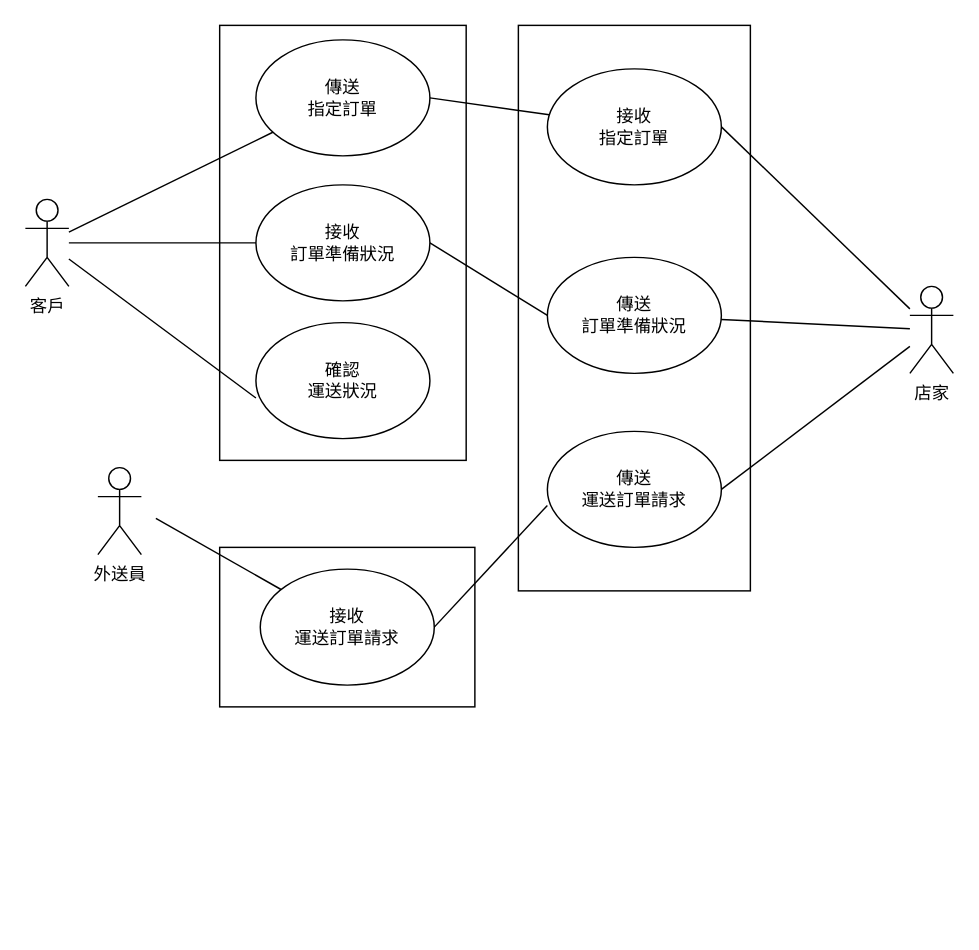
This is 使用案例圖.drawio from phoebe6226/112-2finalproject, a draw.io file, before an edit. Source tidied: cells renumbered, new cells numbered last; positions are measured from the earlier drawing's top-left corner, leaving out a move shared by most shapes. Both pictures are drawn from the tidied source at 145%, with x=0, y=0 at pixel (25, 25).
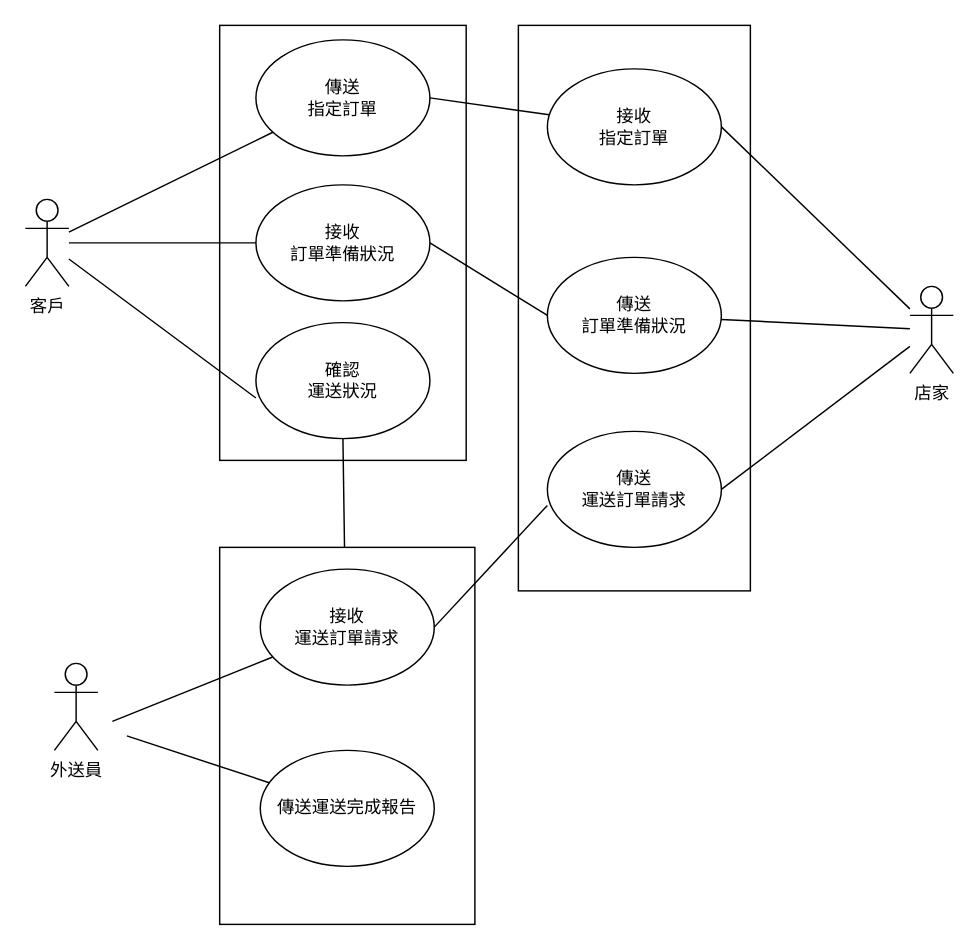
Above is the later version.

Commit message (it also covers changes not shown here):
240623 1847 存檔 初步類別圖 完成

Unchanged cells that the change refers to:
```xml
<mxCell id="20" value="接收&lt;br&gt;運送訂單請求" style="ellipse;whiteSpace=wrap;html=1;" parent="1" vertex="1">
  <mxGeometry x="162" y="375" width="120" height="80" as="geometry" />
</mxCell>
<mxCell id="24" value="確認&lt;br&gt;運送狀況" style="ellipse;whiteSpace=wrap;html=1;" parent="1" vertex="1">
  <mxGeometry x="159" y="205" width="120" height="80" as="geometry" />
</mxCell>
```

Diff of the diagram source:
```diff
@@
     <mxCell id="19" style="rounded=0;whiteSpace=wrap;html=1;" parent="1" vertex="1">
-      <mxGeometry x="134" y="360" width="176" height="110" as="geometry" />
+      <mxGeometry x="134" y="360" width="176" height="260" as="geometry" />
     </mxCell>
@@
     <mxCell id="21" value="外送員" style="shape=umlActor;verticalLabelPosition=bottom;verticalAlign=top;html=1;" parent="1" vertex="1">
-      <mxGeometry x="50" y="305" width="30" height="60" as="geometry" />
+      <mxGeometry x="20" y="440" width="30" height="60" as="geometry" />
     </mxCell>
     <mxCell id="22" style="endArrow=none;html=1;" parent="1" edge="1" source="20">
       <mxGeometry relative="1" as="geometry">
-        <mxPoint x="90" y="340" as="targetPoint" />
+        <mxPoint x="60" y="480" as="targetPoint" />
       </mxGeometry>
     </mxCell>
@@
+    <mxCell id="26" value="傳送運送完成報告" style="ellipse;whiteSpace=wrap;html=1;" parent="1" vertex="1">
+      <mxGeometry x="162" y="500" width="120" height="80" as="geometry" />
+    </mxCell>
+    <mxCell id="27" style="endArrow=none;html=1;" parent="1" edge="1" source="26">
+      <mxGeometry relative="1" as="geometry">
+        <mxPoint x="70" y="490" as="targetPoint" />
+      </mxGeometry>
+    </mxCell>
+    <mxCell id="28" style="endArrow=none;html=1;entryX=0.5;entryY=1;entryDx=0;entryDy=0;" parent="1" edge="1" source="19" target="24">
+      <mxGeometry relative="1" as="geometry" />
+    </mxCell>
```
